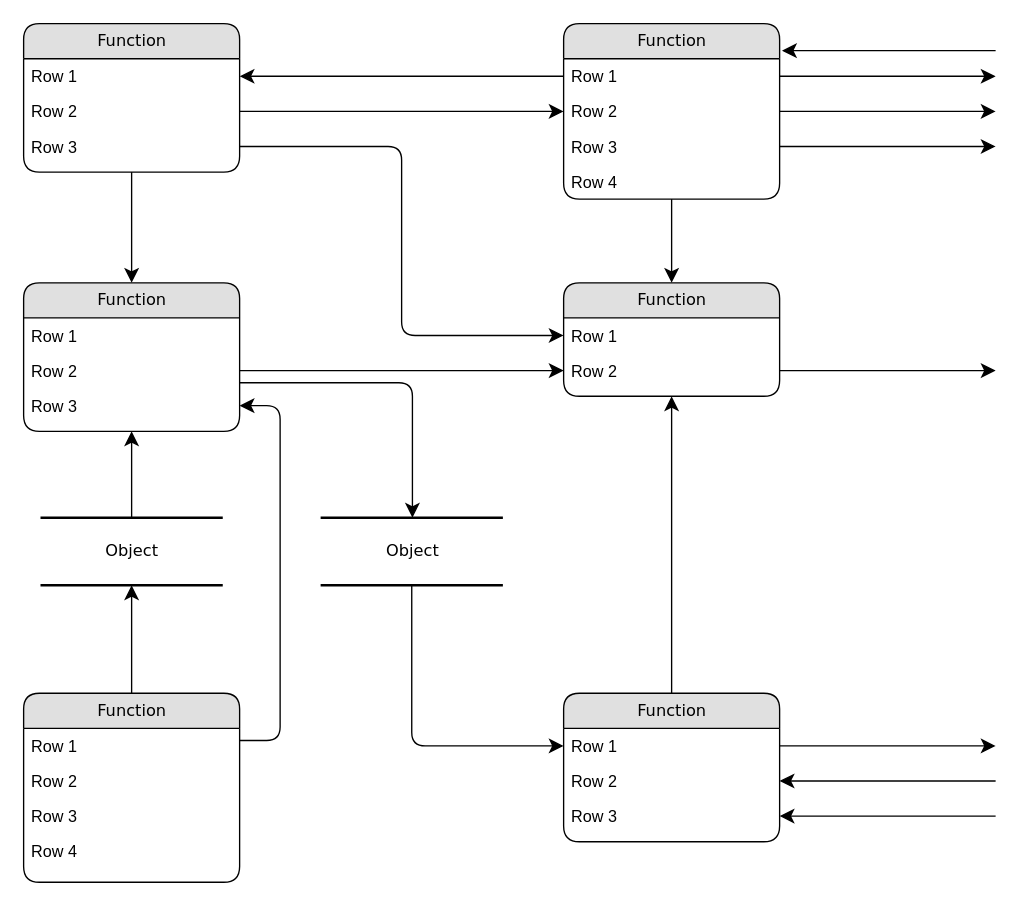
Earlier version of the draw.io diagram library-system-diagram.drawio (Etharialle/book-library). Source tidied: cells renumbered, new cells numbered last; positions are measured from the earlier drawing's top-left corner, leaving out a move shared by most shapes. Both pictures are drawn from the tidied source at 135%, with x=0, y=0 at pixel (23, 23).
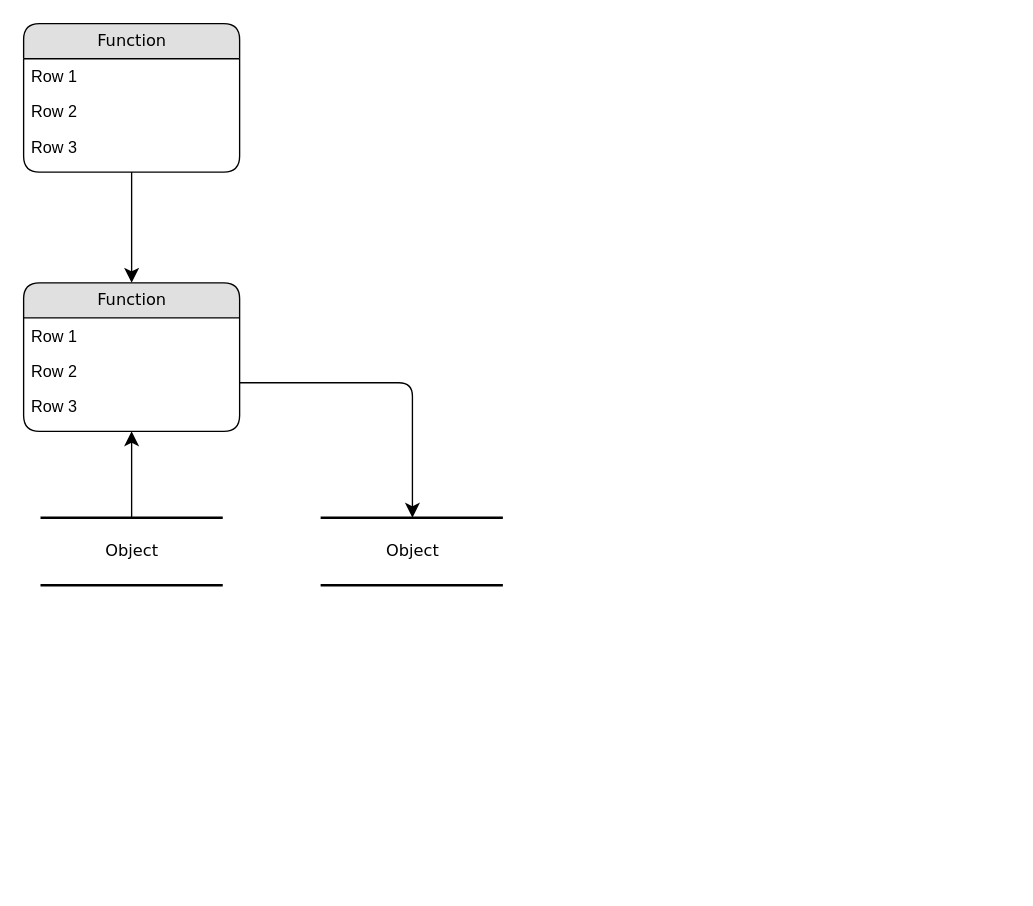
Above is the later version.

Unchanged cells that the change refers to:
```xml
<mxCell id="2" value="Object" style="html=1;rounded=0;shadow=0;comic=0;labelBackgroundColor=none;strokeWidth=2;fontFamily=Verdana;fontSize=12;align=center;shape=mxgraph.ios7ui.horLines;" parent="1" vertex="1">
  <mxGeometry x="12.5" y="366" width="135" height="50" as="geometry" />
</mxCell>
<mxCell id="4" value="Row 1" style="text;html=1;strokeColor=none;fillColor=none;spacingLeft=4;spacingRight=4;whiteSpace=wrap;overflow=hidden;points=[[0,0.5],[1,0.5]];portConstraint=eastwest;" parent="3" vertex="1">
  <mxGeometry y="26" width="160" height="26" as="geometry" />
</mxCell>
<mxCell id="5" value="Row 2" style="text;html=1;strokeColor=none;fillColor=none;spacingLeft=4;spacingRight=4;whiteSpace=wrap;overflow=hidden;points=[[0,0.5],[1,0.5]];portConstraint=eastwest;" parent="3" vertex="1">
  <mxGeometry y="52" width="160" height="26" as="geometry" />
</mxCell>
<mxCell id="6" value="Row 3" style="text;html=1;strokeColor=none;fillColor=none;spacingLeft=4;spacingRight=4;whiteSpace=wrap;overflow=hidden;points=[[0,0.5],[1,0.5]];portConstraint=eastwest;" parent="3" vertex="1">
  <mxGeometry y="78" width="160" height="26" as="geometry" />
</mxCell>
<mxCell id="14" value="Row 2" style="text;html=1;strokeColor=none;fillColor=none;spacingLeft=4;spacingRight=4;whiteSpace=wrap;overflow=hidden;points=[[0,0.5],[1,0.5]];portConstraint=eastwest;" parent="12" vertex="1">
  <mxGeometry y="52" width="160" height="26" as="geometry" />
</mxCell>
<mxCell id="15" value="Row 3" style="text;html=1;strokeColor=none;fillColor=none;spacingLeft=4;spacingRight=4;whiteSpace=wrap;overflow=hidden;points=[[0,0.5],[1,0.5]];portConstraint=eastwest;" parent="12" vertex="1">
  <mxGeometry y="78" width="160" height="26" as="geometry" />
</mxCell>
<mxCell id="28" value="Object" style="html=1;rounded=0;shadow=0;comic=0;labelBackgroundColor=none;strokeWidth=2;fontFamily=Verdana;fontSize=12;align=center;shape=mxgraph.ios7ui.horLines;" parent="1" vertex="1">
  <mxGeometry x="220" y="366" width="135" height="50" as="geometry" />
</mxCell>
```

What changed in the source:
```diff
@@
-    <mxCell id="7" value="Function" style="swimlane;html=1;fontStyle=0;horizontal=1;startSize=26;fillColor=#e0e0e0;swimlaneFillColor=#ffffff;align=center;rounded=1;shadow=0;comic=0;labelBackgroundColor=none;strokeWidth=1;fontFamily=Verdana;fontSize=12;" parent="1" vertex="1">
-      <mxGeometry x="400" width="160" height="130" as="geometry" />
-    </mxCell>
-    <mxCell id="8" value="Row 1" style="text;html=1;strokeColor=none;fillColor=none;spacingLeft=4;spacingRight=4;whiteSpace=wrap;overflow=hidden;points=[[0,0.5],[1,0.5]];portConstraint=eastwest;" parent="7" vertex="1">
-      <mxGeometry y="26" width="160" height="26" as="geometry" />
-    </mxCell>
-    <mxCell id="9" value="Row 2" style="text;html=1;strokeColor=none;fillColor=none;spacingLeft=4;spacingRight=4;whiteSpace=wrap;overflow=hidden;points=[[0,0.5],[1,0.5]];portConstraint=eastwest;" parent="7" vertex="1">
-      <mxGeometry y="52" width="160" height="26" as="geometry" />
-    </mxCell>
-    <mxCell id="10" value="Row 3" style="text;html=1;strokeColor=none;fillColor=none;spacingLeft=4;spacingRight=4;whiteSpace=wrap;overflow=hidden;points=[[0,0.5],[1,0.5]];portConstraint=eastwest;" parent="7" vertex="1">
-      <mxGeometry y="78" width="160" height="26" as="geometry" />
-    </mxCell>
-    <mxCell id="11" value="Row 4" style="text;html=1;strokeColor=none;fillColor=none;spacingLeft=4;spacingRight=4;whiteSpace=wrap;overflow=hidden;" parent="7" vertex="1">
-      <mxGeometry y="104" width="160" height="26" as="geometry" />
-    </mxCell>
@@
-    <mxCell id="16" value="Function" style="swimlane;html=1;fontStyle=0;horizontal=1;startSize=26;fillColor=#e0e0e0;swimlaneFillColor=#ffffff;align=center;rounded=1;shadow=0;comic=0;labelBackgroundColor=none;strokeWidth=1;fontFamily=Verdana;fontSize=12;" parent="1" vertex="1">
-      <mxGeometry y="496" width="160" height="140" as="geometry" />
-    </mxCell>
-    <mxCell id="17" value="Row 1" style="text;html=1;strokeColor=none;fillColor=none;spacingLeft=4;spacingRight=4;whiteSpace=wrap;overflow=hidden;" parent="16" vertex="1">
-      <mxGeometry y="26" width="160" height="26" as="geometry" />
-    </mxCell>
-    <mxCell id="18" value="Row 2" style="text;html=1;strokeColor=none;fillColor=none;spacingLeft=4;spacingRight=4;whiteSpace=wrap;overflow=hidden;" parent="16" vertex="1">
-      <mxGeometry y="52" width="160" height="26" as="geometry" />
-    </mxCell>
-    <mxCell id="19" value="Row 3" style="text;html=1;strokeColor=none;fillColor=none;spacingLeft=4;spacingRight=4;whiteSpace=wrap;overflow=hidden;" parent="16" vertex="1">
-      <mxGeometry y="78" width="160" height="26" as="geometry" />
-    </mxCell>
-    <mxCell id="20" value="Row 4" style="text;html=1;strokeColor=none;fillColor=none;spacingLeft=4;spacingRight=4;whiteSpace=wrap;overflow=hidden;" parent="16" vertex="1">
-      <mxGeometry y="104" width="160" height="26" as="geometry" />
-    </mxCell>
-    <mxCell id="21" value="Function" style="swimlane;html=1;fontStyle=0;horizontal=1;startSize=26;fillColor=#e0e0e0;swimlaneFillColor=#ffffff;align=center;rounded=1;shadow=0;comic=0;labelBackgroundColor=none;strokeWidth=1;fontFamily=Verdana;fontSize=12;" parent="1" vertex="1">
-      <mxGeometry x="400" y="192" width="160" height="84" as="geometry" />
-    </mxCell>
-    <mxCell id="22" value="Row 1" style="text;html=1;strokeColor=none;fillColor=none;spacingLeft=4;spacingRight=4;whiteSpace=wrap;overflow=hidden;points=[[0,0.5],[1,0.5]];portConstraint=eastwest;" parent="21" vertex="1">
-      <mxGeometry y="26" width="160" height="26" as="geometry" />
-    </mxCell>
-    <mxCell id="23" value="Row 2" style="text;html=1;strokeColor=none;fillColor=none;spacingLeft=4;spacingRight=4;whiteSpace=wrap;overflow=hidden;points=[[0,0.5],[1,0.5]];portConstraint=eastwest;" parent="21" vertex="1">
-      <mxGeometry y="52" width="160" height="26" as="geometry" />
-    </mxCell>
-    <mxCell id="24" value="Function" style="swimlane;html=1;fontStyle=0;horizontal=1;startSize=26;fillColor=#e0e0e0;swimlaneFillColor=#ffffff;align=center;rounded=1;shadow=0;comic=0;labelBackgroundColor=none;strokeWidth=1;fontFamily=Verdana;fontSize=12;" parent="1" vertex="1">
-      <mxGeometry x="400" y="496" width="160" height="110" as="geometry" />
-    </mxCell>
-    <mxCell id="25" value="Row 1" style="text;html=1;strokeColor=none;fillColor=none;spacingLeft=4;spacingRight=4;whiteSpace=wrap;overflow=hidden;points=[[0,0.5],[1,0.5]];portConstraint=eastwest;" parent="24" vertex="1">
-      <mxGeometry y="26" width="160" height="26" as="geometry" />
-    </mxCell>
-    <mxCell id="26" value="Row 2" style="text;html=1;strokeColor=none;fillColor=none;spacingLeft=4;spacingRight=4;whiteSpace=wrap;overflow=hidden;points=[[0,0.5],[1,0.5]];portConstraint=eastwest;" parent="24" vertex="1">
-      <mxGeometry y="52" width="160" height="26" as="geometry" />
-    </mxCell>
-    <mxCell id="27" value="Row 3" style="text;html=1;strokeColor=none;fillColor=none;spacingLeft=4;spacingRight=4;whiteSpace=wrap;overflow=hidden;points=[[0,0.5],[1,0.5]];portConstraint=eastwest;" parent="24" vertex="1">
-      <mxGeometry y="78" width="160" height="26" as="geometry" />
-    </mxCell>
@@
-    <mxCell id="29" style="edgeStyle=none;html=1;labelBackgroundColor=none;startFill=0;startSize=8;endFill=1;endSize=8;fontFamily=Verdana;fontSize=12;" parent="1" edge="1" source="16" target="2">
-      <mxGeometry relative="1" as="geometry" />
-    </mxCell>
@@
-    <mxCell id="31" style="edgeStyle=orthogonalEdgeStyle;html=1;labelBackgroundColor=none;startFill=0;startSize=8;endFill=1;endSize=8;fontFamily=Verdana;fontSize=12;exitX=1;exitY=0.25;entryX=1;entryY=0.5;" parent="1" edge="1" source="16" target="15">
-      <mxGeometry relative="1" as="geometry">
-        <Array as="points">
-          <mxPoint x="190" y="531" />
-          <mxPoint x="190" y="283" />
-        </Array>
-      </mxGeometry>
-    </mxCell>
-    <mxCell id="32" style="edgeStyle=orthogonalEdgeStyle;html=1;labelBackgroundColor=none;startFill=0;startSize=8;endFill=1;endSize=8;fontFamily=Verdana;fontSize=12;" parent="1" edge="1" source="28" target="25">
-      <mxGeometry x="-0.13" y="32" relative="1" as="geometry" />
-    </mxCell>
@@
-    <mxCell id="35" style="edgeStyle=orthogonalEdgeStyle;html=1;labelBackgroundColor=none;startFill=0;startSize=8;endFill=1;endSize=8;fontFamily=Verdana;fontSize=12;" parent="1" edge="1" source="24" target="21">
-      <mxGeometry relative="1" as="geometry" />
-    </mxCell>
-    <mxCell id="36" style="edgeStyle=orthogonalEdgeStyle;html=1;labelBackgroundColor=none;startFill=0;startSize=8;endFill=1;endSize=8;fontFamily=Verdana;fontSize=12;" parent="1" edge="1" source="7" target="21">
-      <mxGeometry relative="1" as="geometry" />
-    </mxCell>
-    <mxCell id="37" style="edgeStyle=orthogonalEdgeStyle;html=1;entryX=0;entryY=0.5;labelBackgroundColor=none;startFill=0;startSize=8;endFill=1;endSize=8;fontFamily=Verdana;fontSize=12;exitX=1;exitY=0.5;" parent="1" edge="1" source="5" target="9">
-      <mxGeometry relative="1" as="geometry" />
-    </mxCell>
-    <mxCell id="38" style="edgeStyle=orthogonalEdgeStyle;html=1;exitX=0;exitY=0.5;entryX=1;entryY=0.5;labelBackgroundColor=none;startFill=0;startSize=8;endFill=1;endSize=8;fontFamily=Verdana;fontSize=12;" parent="1" edge="1" source="8" target="4">
-      <mxGeometry relative="1" as="geometry" />
-    </mxCell>
-    <mxCell id="39" style="edgeStyle=orthogonalEdgeStyle;html=1;exitX=1;exitY=0.5;entryX=0;entryY=0.5;labelBackgroundColor=none;startFill=0;startSize=8;endFill=1;endSize=8;fontFamily=Verdana;fontSize=12;" parent="1" edge="1" source="6" target="22">
-      <mxGeometry relative="1" as="geometry" />
-    </mxCell>
-    <mxCell id="40" style="edgeStyle=orthogonalEdgeStyle;html=1;exitX=1;exitY=0.5;entryX=0;entryY=0.5;labelBackgroundColor=none;startFill=0;startSize=8;endFill=1;endSize=8;fontFamily=Verdana;fontSize=12;" parent="1" edge="1" source="14" target="23">
-      <mxGeometry relative="1" as="geometry" />
-    </mxCell>
-    <mxCell id="41" style="edgeStyle=orthogonalEdgeStyle;html=1;labelBackgroundColor=none;startFill=0;startSize=8;endFill=1;endSize=8;fontFamily=Verdana;fontSize=12;" parent="1" edge="1" source="23">
-      <mxGeometry relative="1" as="geometry">
-        <mxPoint x="720" y="257" as="targetPoint" />
-      </mxGeometry>
-    </mxCell>
-    <mxCell id="42" style="edgeStyle=orthogonalEdgeStyle;html=1;exitX=1;exitY=0.5;labelBackgroundColor=none;startFill=0;startSize=8;endFill=1;endSize=8;fontFamily=Verdana;fontSize=12;" parent="1" edge="1" source="25">
-      <mxGeometry relative="1" as="geometry">
-        <mxPoint x="720" y="535" as="targetPoint" />
-      </mxGeometry>
-    </mxCell>
-    <mxCell id="43" style="edgeStyle=orthogonalEdgeStyle;html=1;labelBackgroundColor=none;startFill=0;startSize=8;endFill=1;endSize=8;fontFamily=Verdana;fontSize=12;entryX=1;entryY=0.5;" parent="1" edge="1" target="26">
-      <mxGeometry relative="1" as="geometry">
-        <mxPoint x="720" y="561" as="sourcePoint" />
-        <Array as="points">
-          <mxPoint x="720" y="561" />
-        </Array>
-      </mxGeometry>
-    </mxCell>
-    <mxCell id="44" style="edgeStyle=orthogonalEdgeStyle;html=1;labelBackgroundColor=none;startFill=0;startSize=8;endFill=1;endSize=8;fontFamily=Verdana;fontSize=12;entryX=1;entryY=0.5;" parent="1" edge="1" target="27">
-      <mxGeometry relative="1" as="geometry">
-        <mxPoint x="720" y="587" as="sourcePoint" />
-        <Array as="points">
-          <mxPoint x="640" y="587" />
-          <mxPoint x="640" y="587" />
-        </Array>
-      </mxGeometry>
-    </mxCell>
-    <mxCell id="45" style="edgeStyle=orthogonalEdgeStyle;html=1;exitX=1;exitY=0.5;labelBackgroundColor=none;startFill=0;startSize=8;endFill=1;endSize=8;fontFamily=Verdana;fontSize=12;" parent="1" edge="1" source="8">
-      <mxGeometry relative="1" as="geometry">
-        <mxPoint x="720" y="39" as="targetPoint" />
-      </mxGeometry>
-    </mxCell>
-    <mxCell id="46" style="edgeStyle=orthogonalEdgeStyle;html=1;exitX=1;exitY=0.5;labelBackgroundColor=none;startFill=0;startSize=8;endFill=1;endSize=8;fontFamily=Verdana;fontSize=12;" parent="1" edge="1" source="9">
-      <mxGeometry relative="1" as="geometry">
-        <mxPoint x="720" y="65" as="targetPoint" />
-      </mxGeometry>
-    </mxCell>
-    <mxCell id="47" style="edgeStyle=orthogonalEdgeStyle;html=1;exitX=1;exitY=0.5;labelBackgroundColor=none;startFill=0;startSize=8;endFill=1;endSize=8;fontFamily=Verdana;fontSize=12;" parent="1" edge="1" source="10">
-      <mxGeometry relative="1" as="geometry">
-        <mxPoint x="720" y="91" as="targetPoint" />
-      </mxGeometry>
-    </mxCell>
-    <mxCell id="48" style="edgeStyle=elbowEdgeStyle;html=1;labelBackgroundColor=none;startFill=0;startSize=8;endFill=1;endSize=8;fontFamily=Verdana;fontSize=12;elbow=vertical;entryX=1.011;entryY=0.152;entryPerimeter=0;" parent="1" edge="1" target="7">
-      <mxGeometry relative="1" as="geometry">
-        <mxPoint x="720" y="20" as="sourcePoint" />
-        <Array as="points">
-          <mxPoint x="650" y="20" />
-        </Array>
-      </mxGeometry>
-    </mxCell>
```
